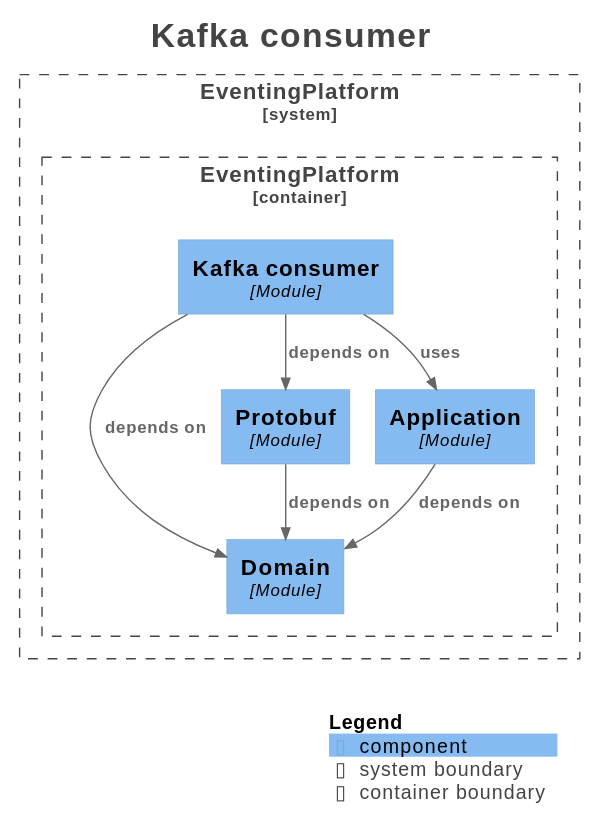
This is docs/generated/architecture/svg/module-eventing.adapter.kafka.consumer.svg from Mathmagicians/confluent-eventing-playground, a PlantUML export, as it was before one commit.
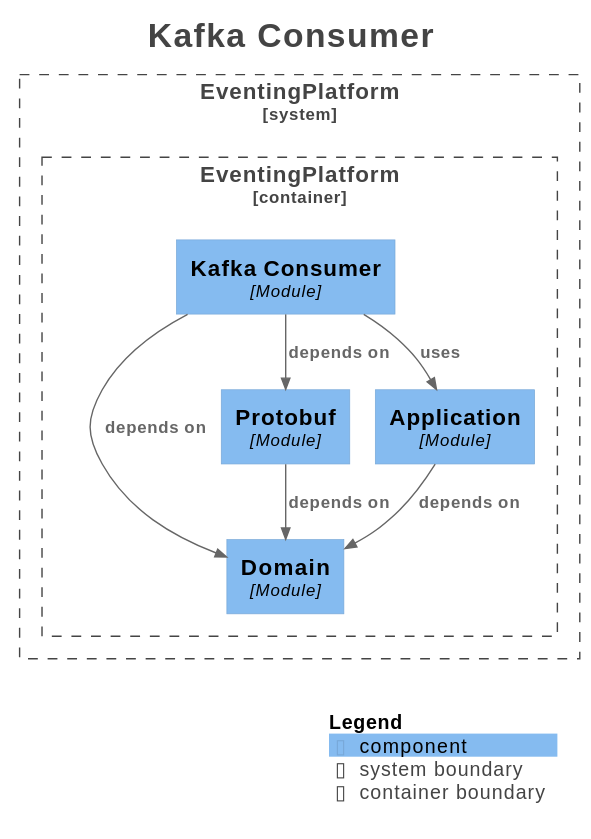
After the change.

Diff of the diagram source:
```diff
@@ -1,6 +1,6 @@
 @startuml
 !pragma layout smetana
-title <size:24>Kafka consumer</size>
+title <size:24>Kafka Consumer</size>
 
 set separator none
 top to bottom direction
@@ -21,14 +21,14 @@
     Component(EventingPlatform.EventingPlatform.Domain, "Domain", $techn="Module", $descr="", $tags="", $link="")
     Component(EventingPlatform.EventingPlatform.Protobuf, "Protobuf", $techn="Module", $descr="", $tags="", $link="")
     Component(EventingPlatform.EventingPlatform.Application, "Application", $techn="Module", $descr="", $tags="", $link="")
-    Component(EventingPlatform.EventingPlatform.Kafkaconsumer, "Kafka consumer", $techn="Module", $descr="", $tags="", $link="")
+    Component(EventingPlatform.EventingPlatform.KafkaConsumer, "Kafka Consumer", $techn="Module", $descr="", $tags="", $link="")
   }
 
 }
 
-Rel(EventingPlatform.EventingPlatform.Kafkaconsumer, EventingPlatform.EventingPlatform.Domain, "depends on", $techn="", $tags="", $link="")
-Rel(EventingPlatform.EventingPlatform.Kafkaconsumer, EventingPlatform.EventingPlatform.Protobuf, "depends on", $techn="", $tags="", $link="")
-Rel(EventingPlatform.EventingPlatform.Kafkaconsumer, EventingPlatform.EventingPlatform.Application, "uses", $techn="", $tags="", $link="")
+Rel(EventingPlatform.EventingPlatform.KafkaConsumer, EventingPlatform.EventingPlatform.Domain, "depends on", $techn="", $tags="", $link="")
+Rel(EventingPlatform.EventingPlatform.KafkaConsumer, EventingPlatform.EventingPlatform.Protobuf, "depends on", $techn="", $tags="", $link="")
+Rel(EventingPlatform.EventingPlatform.KafkaConsumer, EventingPlatform.EventingPlatform.Application, "uses", $techn="", $tags="", $link="")
 Rel(EventingPlatform.EventingPlatform.Protobuf, EventingPlatform.EventingPlatform.Domain, "depends on", $techn="", $tags="", $link="")
 Rel(EventingPlatform.EventingPlatform.Application, EventingPlatform.EventingPlatform.Domain, "depends on", $techn="", $tags="", $link="")
 
```
